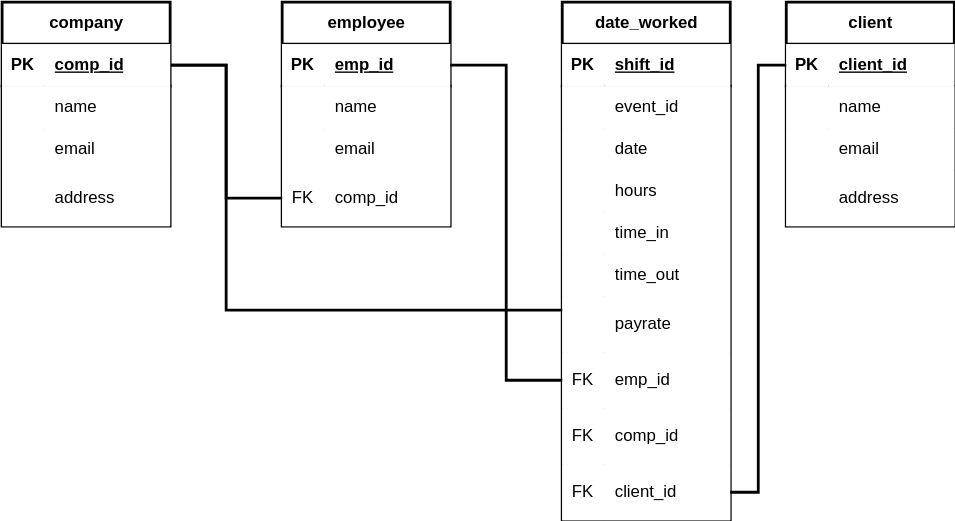
Lucketyp/databastek keeps this draw.io diagram as database_structure.svg. Above is the earlier version. Source tidied: cells renumbered, new cells last; positions are measured from the earlier drawing's top-left corner, leaving out a move shared by most shapes.
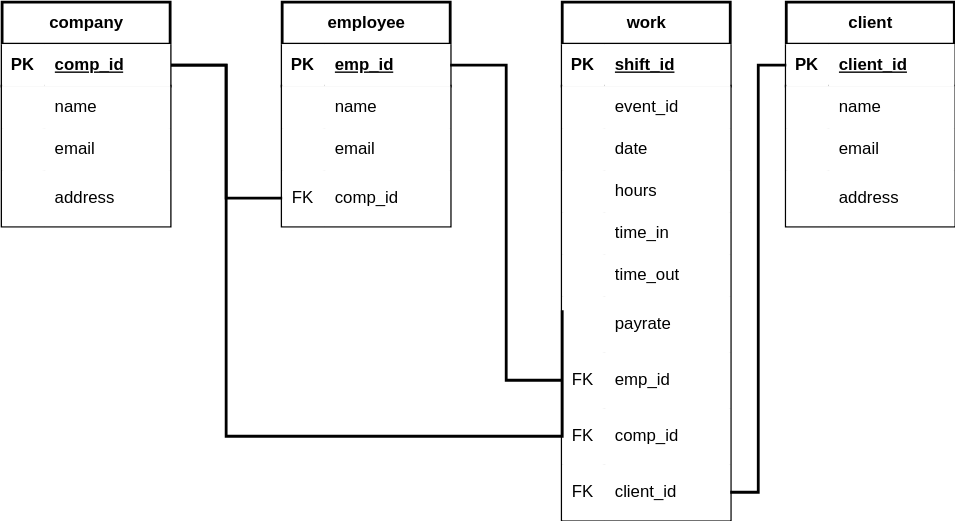
The same file after the commit.

Change to the diagram source:
```diff
@@ -44,7 +44,7 @@
     <mxCell id="15" style="edgeStyle=orthogonalEdgeStyle;rounded=0;jettySize=auto;html=1;exitX=1;exitY=0.5;exitDx=0;exitDy=0;entryX=0;entryY=0.5;entryDx=0;entryDy=0;endArrow=none;endFill=0;labelBackgroundColor=none;fontColor=#FFFFFF;strokeWidth=2;" parent="1" edge="1" source="64" target="12">
       <mxGeometry relative="1" as="geometry" />
     </mxCell>
-    <mxCell id="16" value="date_worked" style="shape=table;startSize=30;rowLines=0;fontStyle=1;align=center;html=1;labelBackgroundColor=none;strokeWidth=2;" parent="1" vertex="1">
+    <mxCell id="16" value="work" style="shape=table;startSize=30;rowLines=0;fontStyle=1;align=center;html=1;labelBackgroundColor=none;strokeWidth=2;" parent="1" vertex="1">
       <mxGeometry x="400" width="120" height="370" as="geometry" />
     </mxCell>
     <mxCell id="17" style="shape=tableRow;horizontal=0;startSize=0;swimlaneHead=0;swimlaneBody=0;top=0;left=0;right=0;bottom=1;labelBackgroundColor=none;strokeWidth=2;" parent="16" vertex="1">
@@ -145,8 +145,8 @@
         <mxPoint x="400" y="220" as="targetPoint" />
         <Array as="points">
           <mxPoint x="160" y="45" />
-          <mxPoint x="160" y="220" />
-          <mxPoint x="400" y="220" />
+          <mxPoint x="160" y="310" />
+          <mxPoint x="400" y="310" />
         </Array>
       </mxGeometry>
     </mxCell>
```
